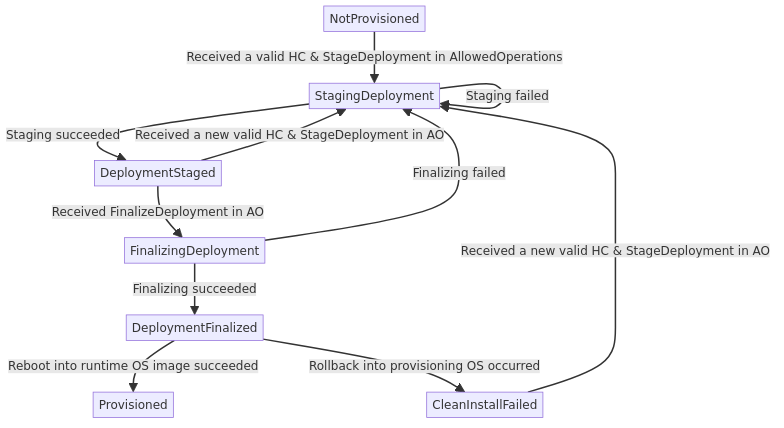
Before: dev-docs/diagrams/state-diagrams/clean-install.png, a diagram exported from Mermaid (microsoft/trident). Its source is kept beside it as dev-docs/diagrams/state-diagrams/clean-install.mmd.
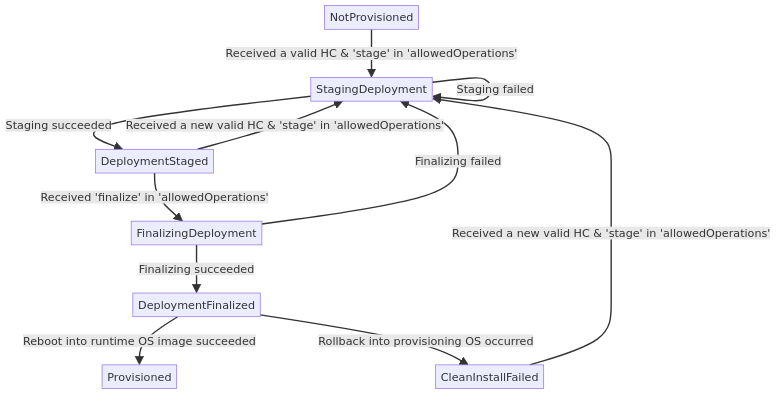
After the commit.

Change to the diagram source:
```diff
@@ -1,11 +1,11 @@
 graph TD
-A[NotProvisioned] --> |Received a valid HC & StageDeployment in AllowedOperations|B[StagingDeployment]
+A[NotProvisioned] --> |Received a valid HC & 'stage' in 'allowedOperations'|B[StagingDeployment]
 B --> |Staging succeeded|C[DeploymentStaged]
 B --> |Staging failed|B
-C --> |Received FinalizeDeployment in AO|E[FinalizingDeployment]
-C --> |Received a new valid HC & StageDeployment in AO|B
+C --> |Received 'finalize' in 'allowedOperations'|E[FinalizingDeployment]
+C --> |Received a new valid HC & 'stage' in 'allowedOperations'|B
 E --> |Finalizing failed|B
 E --> |Finalizing succeeded|F[DeploymentFinalized]
 F --> |Reboot into runtime OS image succeeded|G[Provisioned]
 F --> |Rollback into provisioning OS occurred|D[CleanInstallFailed]
-D --> |Received a new valid HC & StageDeployment in AO|B
+D --> |Received a new valid HC & 'stage' in 'allowedOperations'|B
```
